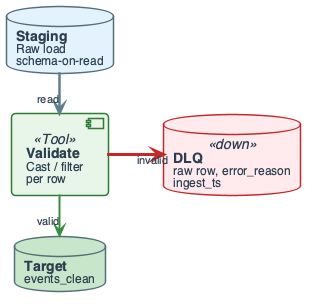
Earlier version of the PlantUML export diagrams/week04/week4_dlq_flow.png (OrPerets/data-engineering-course).
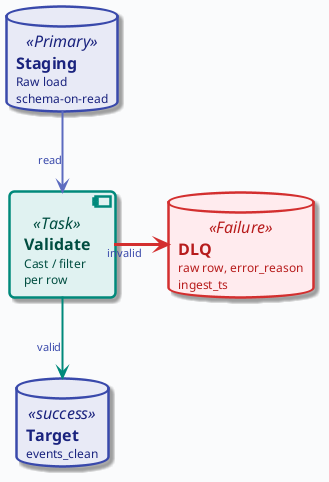
The same file after the commit.

What changed in the source:
```diff
@@ -1,62 +1,19 @@
 @startuml
 
+!include ../_template_styles.puml
+
 left to right direction
-skinparam linetype ortho
-skinparam shadowing false
-skinparam roundcorner 8
-skinparam handwritten false
-skinparam nodesep 40
-skinparam ranksep 50
 
-skinparam defaultFontName "Segoe UI, Helvetica, sans-serif"
-skinparam defaultFontSize 16
-skinparam defaultFontColor #2C3E50
+database "**Staging**\n<size:12>Raw load</size>\n<size:12>schema-on-read</size>" as STG <<Primary>>
 
-skinparam rectangle {
-    BackgroundColor #F8F9FA
-    BorderColor #90A4AE
-    BorderThickness 2
-    FontSize 14
-    Padding 16
-}
-skinparam component {
-    BackgroundColor #FFFFFF
-    BorderColor #78909C
-    BorderThickness 1.5
-    FontSize 14
-    Padding 12
-}
-skinparam database {
-    BackgroundColor #ECEFF1
-    BorderColor #546E7A
-    BorderThickness 1.5
-    FontSize 14
-}
-skinparam arrow {
-    Color #607D8B
-    Thickness 2.5
-    FontSize 12
-}
+component "**Validate**\n<size:12>Cast / filter</size>\n<size:12>per row</size>" as VALID <<Task>>
 
-skinparam component<<Tool>> {
-    BackgroundColor #E8F5E9
-    BorderColor #2E7D32
-}
-skinparam database<<down>> {
-    BackgroundColor #FFEBEE
-    BorderColor #C62828
-}
+database "**Target**\n<size:12>events_clean</size>" as TGT <<success>>
 
-database "**Staging**\n<size:12>Raw load</size>\n<size:12>schema-on-read</size>" as STG #E3F2FD
-
-component "**Validate**\n<size:12>Cast / filter</size>\n<size:12>per row</size>" as VALID <<Tool>>
-
-database "**Target**\n<size:12>events_clean</size>" as TGT #C8E6C9
-
-database "**DLQ**\n<size:12>raw row, error_reason</size>\n<size:12>ingest_ts</size>" as DLQ <<down>>
+database "**DLQ**\n<size:12>raw row, error_reason</size>\n<size:12>ingest_ts</size>" as DLQ <<Failure>>
 
 STG -right-> VALID : <size:11>read</size>
-VALID -right[#388E3C,thickness=2]-> TGT : <size:11>valid</size>
-VALID -down[#C62828,thickness=3]-> DLQ : <size:11>invalid</size>
+VALID -right[#00897B,thickness=2]-> TGT : <size:11>valid</size>
+VALID -down[#D32F2F,thickness=3]-> DLQ : <size:11>invalid</size>
 
 @enduml
```
